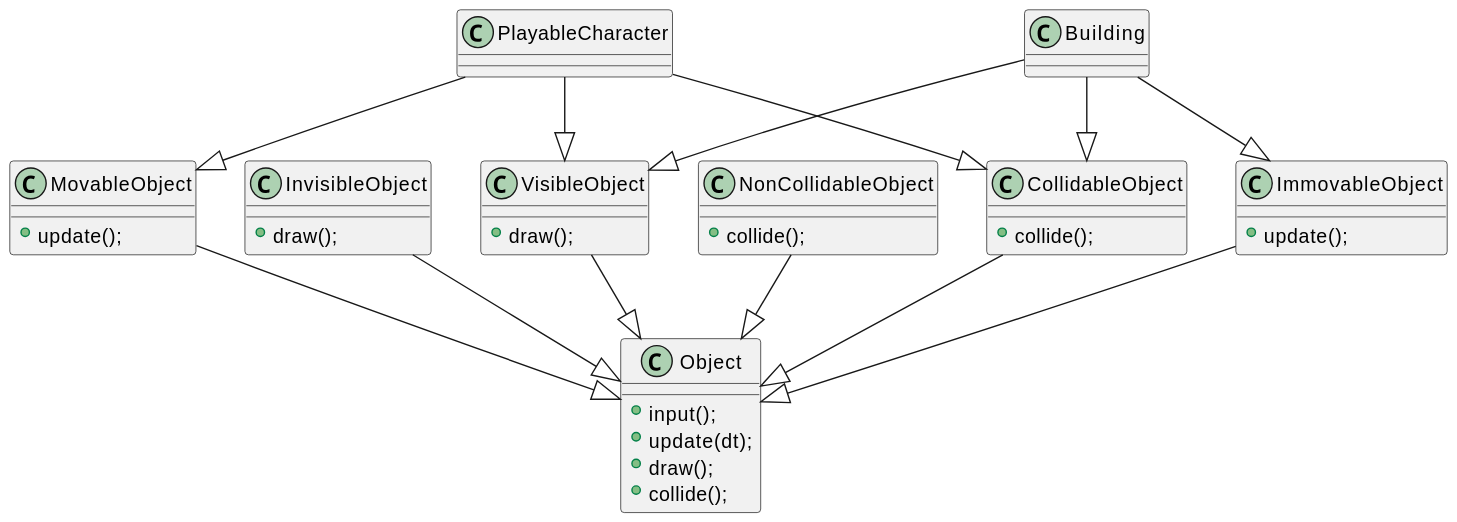
2DGD-F0TH/2DGD_F0TH keeps this PlantUML diagram as images/computer_science/compo_inheritance_2.svg. Above is the earlier version.
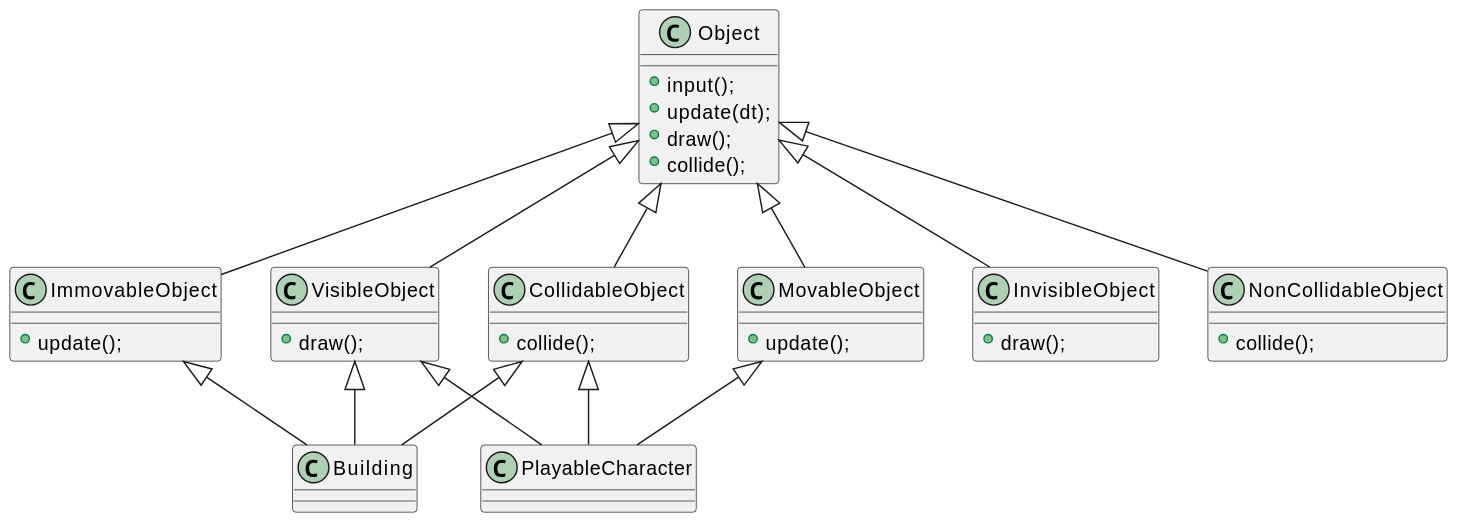
The same file after the commit.

Change to the diagram source:
```diff
@@ -32,16 +32,16 @@
 
 class Building{}
 
-VisibleObject --|> Object
-InvisibleObject --|> Object
-CollidableObject --|> Object
-NonCollidableObject --|> Object
-MovableObject --|> Object
-ImmovableObject --|> Object
-Building --|> ImmovableObject
-Building --|> VisibleObject
-Building --|> CollidableObject
-PlayableCharacter --|> MovableObject
-PlayableCharacter --|> CollidableObject
-PlayableCharacter --|> VisibleObject
+VisibleObject -up-|> Object
+InvisibleObject -up-|> Object
+CollidableObject -up-|> Object
+NonCollidableObject -up-|> Object
+MovableObject -up-|> Object
+ImmovableObject -up-|> Object
+Building -up-|> ImmovableObject
+Building -up-|> VisibleObject
+Building -up-|> CollidableObject
+PlayableCharacter -up-|> MovableObject
+PlayableCharacter -up-|> CollidableObject
+PlayableCharacter -up-|> VisibleObject
 @enduml
```
